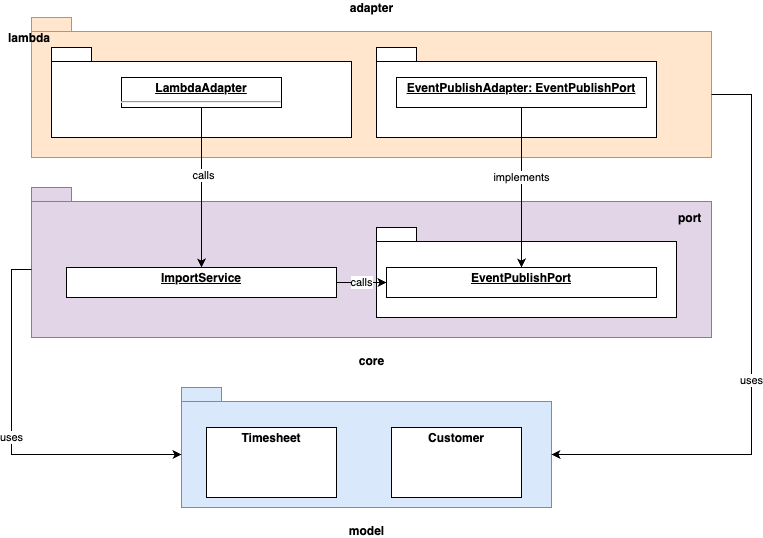
The draw.io diagram docs/assets/static-level-4.drawio.png in tinohertlein/timesheet-wizard, before a commit. Source tidied: cells renumbered, new cells last; positions are measured from the earlier drawing's top-left corner, leaving out a move shared by most shapes. Its diagram source:
```xml
<mxGraphModel>
  <root>
    <mxCell id="0" />
    <mxCell id="1" parent="0" />
    <mxCell id="2" value="core" style="shape=folder;fontStyle=1;spacingTop=10;tabWidth=40;tabHeight=14;tabPosition=left;html=1;labelPosition=center;verticalLabelPosition=bottom;align=center;verticalAlign=top;fillColor=#e1d5e7;strokeColor=#9673a6;" parent="1" vertex="1">
      <mxGeometry x="20" y="170" width="680" height="150" as="geometry" />
    </mxCell>
    <mxCell id="3" value="port" style="shape=folder;fontStyle=1;spacingTop=10;tabWidth=40;tabHeight=14;tabPosition=left;html=1;labelPosition=right;verticalLabelPosition=top;align=left;verticalAlign=bottom;" parent="1" vertex="1">
      <mxGeometry x="365" y="210" width="300" height="90" as="geometry" />
    </mxCell>
    <mxCell id="4" style="group;" parent="1" vertex="1">
      <mxGeometry x="20" width="680" height="140" as="geometry" />
    </mxCell>
    <mxCell id="5" value="adapter" style="shape=folder;fontStyle=1;spacingTop=10;tabWidth=40;tabHeight=14;tabPosition=left;html=1;align=center;labelPosition=center;verticalLabelPosition=top;verticalAlign=bottom;fillColor=#ffe6cc;strokeColor=#d79b00;" parent="4" vertex="1">
      <mxGeometry width="680" height="140" as="geometry" />
    </mxCell>
    <mxCell id="6" value="lambda" style="shape=folder;fontStyle=1;spacingTop=10;tabWidth=40;tabHeight=14;tabPosition=left;html=1;labelPosition=left;verticalLabelPosition=top;align=right;verticalAlign=bottom;" parent="4" vertex="1">
      <mxGeometry x="20" y="30" width="300" height="90" as="geometry" />
    </mxCell>
    <mxCell id="7" style="shape=folder;fontStyle=1;spacingTop=10;tabWidth=40;tabHeight=14;tabPosition=left;html=1;labelPosition=right;verticalLabelPosition=top;align=left;verticalAlign=bottom;" parent="4" vertex="1">
      <mxGeometry x="345" y="30" width="280" height="90" as="geometry" />
    </mxCell>
    <mxCell id="8" value="&lt;p style=&quot;margin:0px;margin-top:4px;text-align:center;text-decoration:underline;&quot;&gt;&lt;b&gt;LambdaAdapter&lt;/b&gt;&lt;/p&gt;&lt;hr&gt;&lt;p style=&quot;margin:0px;margin-left:8px;&quot;&gt;&lt;br&gt;&lt;/p&gt;" style="verticalAlign=top;align=left;overflow=fill;fontSize=12;fontFamily=Helvetica;html=1;" parent="4" vertex="1">
      <mxGeometry x="90" y="60" width="160" height="30" as="geometry" />
    </mxCell>
    <mxCell id="9" value="&lt;p style=&quot;margin:0px;margin-top:4px;text-align:center;text-decoration:underline;&quot;&gt;&lt;b&gt;EventPublishAdapter: EventPublishPort&lt;/b&gt;&lt;/p&gt;" style="verticalAlign=top;align=left;overflow=fill;fontSize=12;fontFamily=Helvetica;html=1;" parent="4" vertex="1">
      <mxGeometry x="365" y="60" width="250" height="30" as="geometry" />
    </mxCell>
    <mxCell id="10" value="&lt;p style=&quot;margin:0px;margin-top:4px;text-align:center;text-decoration:underline;&quot;&gt;&lt;b&gt;EventPublishPort&lt;/b&gt;&lt;/p&gt;" style="verticalAlign=top;align=left;overflow=fill;fontSize=12;fontFamily=Helvetica;html=1;" parent="1" vertex="1">
      <mxGeometry x="375" y="250" width="270" height="30" as="geometry" />
    </mxCell>
    <mxCell id="11" style="endArrow=classic;html=1;rounded=0;entryX=0.5;entryY=0;entryDx=0;entryDy=0;exitX=0.5;exitY=1;exitDx=0;exitDy=0;" parent="1" edge="1" source="9" target="10">
      <mxGeometry relative="1" as="geometry" />
    </mxCell>
    <mxCell id="12" value="implements" style="edgeLabel;html=1;align=center;verticalAlign=middle;" parent="11" vertex="1">
      <mxGeometry x="-0.14" y="-1" relative="1" as="geometry" />
    </mxCell>
    <mxCell id="13" value="&lt;p style=&quot;margin:0px;margin-top:4px;text-align:center;text-decoration:underline;&quot;&gt;&lt;b&gt;ImportService&lt;/b&gt;&lt;/p&gt;" style="verticalAlign=top;align=left;overflow=fill;fontSize=12;fontFamily=Helvetica;html=1;" parent="1" vertex="1">
      <mxGeometry x="55" y="250" width="270" height="30" as="geometry" />
    </mxCell>
    <mxCell id="14" value="calls" style="endArrow=classic;html=1;rounded=0;entryX=0;entryY=0.5;entryDx=0;entryDy=0;" parent="1" edge="1" source="13" target="10">
      <mxGeometry relative="1" as="geometry" />
    </mxCell>
    <mxCell id="15" style="endArrow=classic;html=1;rounded=0;entryX=0.5;entryY=0;entryDx=0;entryDy=0;exitX=0.5;exitY=1;exitDx=0;exitDy=0;" parent="1" edge="1" source="8" target="13">
      <mxGeometry relative="1" as="geometry" />
    </mxCell>
    <mxCell id="16" value="calls" style="edgeLabel;html=1;align=center;verticalAlign=middle;" parent="15" vertex="1">
      <mxGeometry x="-0.16" y="1" relative="1" as="geometry" />
    </mxCell>
    <mxCell id="17" value="model" style="shape=folder;fontStyle=1;spacingTop=10;tabWidth=40;tabHeight=14;tabPosition=left;html=1;labelPosition=center;verticalLabelPosition=bottom;align=center;verticalAlign=top;fillColor=#dae8fc;strokeColor=#6c8ebf;" parent="1" vertex="1">
      <mxGeometry x="170" y="370" width="370" height="120" as="geometry" />
    </mxCell>
    <mxCell id="18" value="uses" style="endArrow=classic;html=1;rounded=0;entryX=0;entryY=0;entryDx=0;entryDy=67;entryPerimeter=0;exitX=0;exitY=0;exitDx=0;exitDy=82;exitPerimeter=0;" parent="1" edge="1" source="2" target="17">
      <mxGeometry relative="1" as="geometry">
        <Array as="points">
          <mxPoint y="252" />
          <mxPoint y="437" />
        </Array>
      </mxGeometry>
    </mxCell>
    <mxCell id="19" style="endArrow=classic;html=1;rounded=0;entryX=0;entryY=0;entryDx=370;entryDy=67;entryPerimeter=0;exitX=0;exitY=0;exitDx=680;exitDy=77;exitPerimeter=0;" parent="1" edge="1" source="5" target="17">
      <mxGeometry relative="1" as="geometry">
        <Array as="points">
          <mxPoint x="740" y="77" />
          <mxPoint x="740" y="437" />
        </Array>
      </mxGeometry>
    </mxCell>
    <mxCell id="20" value="uses" style="edgeLabel;html=1;align=center;verticalAlign=middle;" parent="19" vertex="1">
      <mxGeometry x="0.08" y="-1" relative="1" as="geometry" />
    </mxCell>
    <mxCell id="21" value="&lt;p style=&quot;margin:0px;margin-top:4px;text-align:center;&quot;&gt;&lt;b&gt;Timesheet&lt;/b&gt;&lt;/p&gt;&lt;p style=&quot;margin:0px;margin-left:4px;&quot;&gt;&lt;br&gt;&lt;/p&gt;&lt;p style=&quot;margin:0px;margin-left:4px;&quot;&gt;&lt;br&gt;&lt;/p&gt;" style="verticalAlign=top;align=left;overflow=fill;fontSize=12;fontFamily=Helvetica;html=1;" parent="1" vertex="1">
      <mxGeometry x="195" y="410" width="130" height="70" as="geometry" />
    </mxCell>
    <mxCell id="22" value="&lt;p style=&quot;margin:0px;margin-top:4px;text-align:center;&quot;&gt;&lt;b&gt;Customer&lt;/b&gt;&lt;/p&gt;" style="verticalAlign=top;align=left;overflow=fill;fontSize=12;fontFamily=Helvetica;html=1;" parent="1" vertex="1">
      <mxGeometry x="380" y="410" width="130" height="70" as="geometry" />
    </mxCell>
  </root>
</mxGraphModel>
```
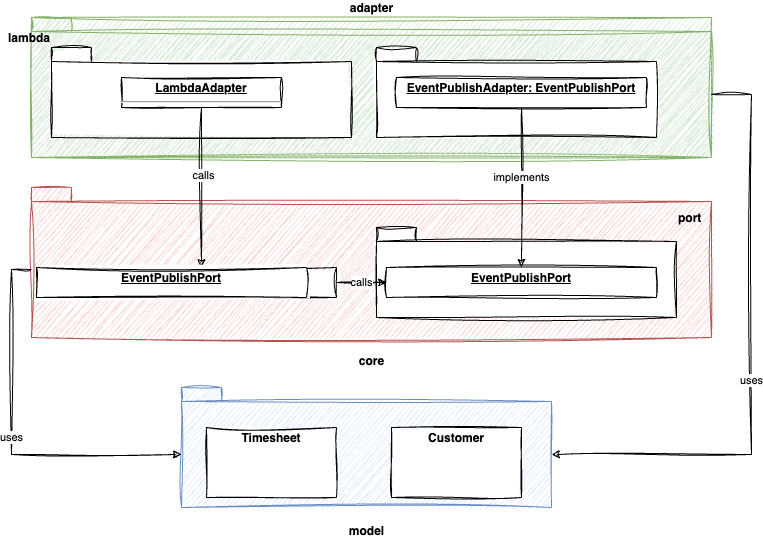
Later version of the same file.

The edit, as a diff of the source:
```diff
@@ -2,55 +2,58 @@
   <root>
     <mxCell id="0" />
     <mxCell id="1" parent="0" />
-    <mxCell id="2" value="core" style="shape=folder;fontStyle=1;spacingTop=10;tabWidth=40;tabHeight=14;tabPosition=left;html=1;labelPosition=center;verticalLabelPosition=bottom;align=center;verticalAlign=top;fillColor=#e1d5e7;strokeColor=#9673a6;" parent="1" vertex="1">
+    <mxCell id="2" value="core" style="shape=folder;fontStyle=1;spacingTop=10;tabWidth=40;tabHeight=14;tabPosition=left;html=1;labelPosition=center;verticalLabelPosition=bottom;align=center;verticalAlign=top;fillColor=#f8cecc;strokeColor=#b85450;sketch=1;curveFitting=1;jiggle=2;" parent="1" vertex="1">
       <mxGeometry x="20" y="170" width="680" height="150" as="geometry" />
     </mxCell>
-    <mxCell id="3" value="port" style="shape=folder;fontStyle=1;spacingTop=10;tabWidth=40;tabHeight=14;tabPosition=left;html=1;labelPosition=right;verticalLabelPosition=top;align=left;verticalAlign=bottom;" parent="1" vertex="1">
+    <mxCell id="3" value="port" style="shape=folder;fontStyle=1;spacingTop=10;tabWidth=40;tabHeight=14;tabPosition=left;html=1;labelPosition=right;verticalLabelPosition=top;align=left;verticalAlign=bottom;sketch=1;curveFitting=1;jiggle=2;" parent="1" vertex="1">
       <mxGeometry x="365" y="210" width="300" height="90" as="geometry" />
     </mxCell>
-    <mxCell id="4" style="group;" parent="1" vertex="1">
+    <mxCell id="4" style="group;sketch=1;curveFitting=1;jiggle=2;fillColor=#d5e8d4;strokeColor=#82b366;" parent="1" vertex="1">
       <mxGeometry x="20" width="680" height="140" as="geometry" />
     </mxCell>
-    <mxCell id="5" value="adapter" style="shape=folder;fontStyle=1;spacingTop=10;tabWidth=40;tabHeight=14;tabPosition=left;html=1;align=center;labelPosition=center;verticalLabelPosition=top;verticalAlign=bottom;fillColor=#ffe6cc;strokeColor=#d79b00;" parent="4" vertex="1">
+    <mxCell id="5" value="adapter" style="shape=folder;fontStyle=1;spacingTop=10;tabWidth=40;tabHeight=14;tabPosition=left;html=1;align=center;labelPosition=center;verticalLabelPosition=top;verticalAlign=bottom;sketch=1;curveFitting=1;jiggle=2;fillColor=#d5e8d4;strokeColor=#82b366;" parent="4" vertex="1">
       <mxGeometry width="680" height="140" as="geometry" />
     </mxCell>
-    <mxCell id="6" value="lambda" style="shape=folder;fontStyle=1;spacingTop=10;tabWidth=40;tabHeight=14;tabPosition=left;html=1;labelPosition=left;verticalLabelPosition=top;align=right;verticalAlign=bottom;" parent="4" vertex="1">
+    <mxCell id="6" value="lambda" style="shape=folder;fontStyle=1;spacingTop=10;tabWidth=40;tabHeight=14;tabPosition=left;html=1;labelPosition=left;verticalLabelPosition=top;align=right;verticalAlign=bottom;sketch=1;curveFitting=1;jiggle=2;" parent="4" vertex="1">
       <mxGeometry x="20" y="30" width="300" height="90" as="geometry" />
     </mxCell>
-    <mxCell id="7" style="shape=folder;fontStyle=1;spacingTop=10;tabWidth=40;tabHeight=14;tabPosition=left;html=1;labelPosition=right;verticalLabelPosition=top;align=left;verticalAlign=bottom;" parent="4" vertex="1">
+    <mxCell id="7" style="shape=folder;fontStyle=1;spacingTop=10;tabWidth=40;tabHeight=14;tabPosition=left;html=1;labelPosition=right;verticalLabelPosition=top;align=left;verticalAlign=bottom;sketch=1;curveFitting=1;jiggle=2;" parent="4" vertex="1">
       <mxGeometry x="345" y="30" width="280" height="90" as="geometry" />
     </mxCell>
-    <mxCell id="8" value="&lt;p style=&quot;margin:0px;margin-top:4px;text-align:center;text-decoration:underline;&quot;&gt;&lt;b&gt;LambdaAdapter&lt;/b&gt;&lt;/p&gt;&lt;hr&gt;&lt;p style=&quot;margin:0px;margin-left:8px;&quot;&gt;&lt;br&gt;&lt;/p&gt;" style="verticalAlign=top;align=left;overflow=fill;fontSize=12;fontFamily=Helvetica;html=1;" parent="4" vertex="1">
+    <mxCell id="8" value="&lt;p style=&quot;margin:0px;margin-top:4px;text-align:center;text-decoration:underline;&quot;&gt;&lt;b&gt;LambdaAdapter&lt;/b&gt;&lt;/p&gt;&lt;hr&gt;&lt;p style=&quot;margin:0px;margin-left:8px;&quot;&gt;&lt;br&gt;&lt;/p&gt;" style="verticalAlign=top;align=left;overflow=fill;fontSize=12;fontFamily=Helvetica;html=1;sketch=1;curveFitting=1;jiggle=2;" parent="4" vertex="1">
       <mxGeometry x="90" y="60" width="160" height="30" as="geometry" />
     </mxCell>
-    <mxCell id="9" value="&lt;p style=&quot;margin:0px;margin-top:4px;text-align:center;text-decoration:underline;&quot;&gt;&lt;b&gt;EventPublishAdapter: EventPublishPort&lt;/b&gt;&lt;/p&gt;" style="verticalAlign=top;align=left;overflow=fill;fontSize=12;fontFamily=Helvetica;html=1;" parent="4" vertex="1">
+    <mxCell id="9" value="&lt;p style=&quot;margin:0px;margin-top:4px;text-align:center;text-decoration:underline;&quot;&gt;&lt;b&gt;EventPublishAdapter: EventPublishPort&lt;/b&gt;&lt;/p&gt;" style="verticalAlign=top;align=left;overflow=fill;fontSize=12;fontFamily=Helvetica;html=1;sketch=1;curveFitting=1;jiggle=2;" parent="4" vertex="1">
       <mxGeometry x="365" y="60" width="250" height="30" as="geometry" />
     </mxCell>
+    <mxCell id="23" style="edgeStyle=orthogonalEdgeStyle;rounded=0;sketch=1;jettySize=auto;html=1;" parent="1" edge="1" source="10" target="24">
+      <mxGeometry relative="1" as="geometry" />
+    </mxCell>
-    <mxCell id="10" value="&lt;p style=&quot;margin:0px;margin-top:4px;text-align:center;text-decoration:underline;&quot;&gt;&lt;b&gt;EventPublishPort&lt;/b&gt;&lt;/p&gt;" style="verticalAlign=top;align=left;overflow=fill;fontSize=12;fontFamily=Helvetica;html=1;" parent="1" vertex="1">
+    <mxCell id="10" value="&lt;p style=&quot;margin:0px;margin-top:4px;text-align:center;text-decoration:underline;&quot;&gt;&lt;b&gt;EventPublishPort&lt;/b&gt;&lt;/p&gt;" style="verticalAlign=top;align=left;overflow=fill;fontSize=12;fontFamily=Helvetica;html=1;sketch=1;curveFitting=1;jiggle=2;" parent="1" vertex="1">
       <mxGeometry x="375" y="250" width="270" height="30" as="geometry" />
     </mxCell>
-    <mxCell id="11" style="endArrow=classic;html=1;rounded=0;entryX=0.5;entryY=0;entryDx=0;entryDy=0;exitX=0.5;exitY=1;exitDx=0;exitDy=0;" parent="1" edge="1" source="9" target="10">
+    <mxCell id="11" style="endArrow=classic;html=1;rounded=0;entryX=0.5;entryY=0;entryDx=0;entryDy=0;exitX=0.5;exitY=1;exitDx=0;exitDy=0;sketch=1;curveFitting=1;jiggle=2;" parent="1" edge="1" source="9" target="10">
       <mxGeometry relative="1" as="geometry" />
     </mxCell>
     <mxCell id="12" value="implements" style="edgeLabel;html=1;align=center;verticalAlign=middle;" parent="11" vertex="1">
       <mxGeometry x="-0.14" y="-1" relative="1" as="geometry" />
     </mxCell>
-    <mxCell id="13" value="&lt;p style=&quot;margin:0px;margin-top:4px;text-align:center;text-decoration:underline;&quot;&gt;&lt;b&gt;ImportService&lt;/b&gt;&lt;/p&gt;" style="verticalAlign=top;align=left;overflow=fill;fontSize=12;fontFamily=Helvetica;html=1;" parent="1" vertex="1">
+    <mxCell id="13" value="&lt;p style=&quot;margin:0px;margin-top:4px;text-align:center;text-decoration:underline;&quot;&gt;&lt;b&gt;ImportService&lt;/b&gt;&lt;/p&gt;" style="verticalAlign=top;align=left;overflow=fill;fontSize=12;fontFamily=Helvetica;html=1;sketch=1;curveFitting=1;jiggle=2;" parent="1" vertex="1">
       <mxGeometry x="55" y="250" width="270" height="30" as="geometry" />
     </mxCell>
-    <mxCell id="14" value="calls" style="endArrow=classic;html=1;rounded=0;entryX=0;entryY=0.5;entryDx=0;entryDy=0;" parent="1" edge="1" source="13" target="10">
+    <mxCell id="14" value="calls" style="endArrow=classic;html=1;rounded=0;entryX=0;entryY=0.5;entryDx=0;entryDy=0;sketch=1;curveFitting=1;jiggle=2;" parent="1" edge="1" source="13" target="10">
       <mxGeometry relative="1" as="geometry" />
     </mxCell>
-    <mxCell id="15" style="endArrow=classic;html=1;rounded=0;entryX=0.5;entryY=0;entryDx=0;entryDy=0;exitX=0.5;exitY=1;exitDx=0;exitDy=0;" parent="1" edge="1" source="8" target="13">
+    <mxCell id="15" style="endArrow=classic;html=1;rounded=0;entryX=0.5;entryY=0;entryDx=0;entryDy=0;exitX=0.5;exitY=1;exitDx=0;exitDy=0;sketch=1;curveFitting=1;jiggle=2;" parent="1" edge="1" source="8" target="13">
       <mxGeometry relative="1" as="geometry" />
     </mxCell>
     <mxCell id="16" value="calls" style="edgeLabel;html=1;align=center;verticalAlign=middle;" parent="15" vertex="1">
       <mxGeometry x="-0.16" y="1" relative="1" as="geometry" />
     </mxCell>
-    <mxCell id="17" value="model" style="shape=folder;fontStyle=1;spacingTop=10;tabWidth=40;tabHeight=14;tabPosition=left;html=1;labelPosition=center;verticalLabelPosition=bottom;align=center;verticalAlign=top;fillColor=#dae8fc;strokeColor=#6c8ebf;" parent="1" vertex="1">
+    <mxCell id="17" value="model" style="shape=folder;fontStyle=1;spacingTop=10;tabWidth=40;tabHeight=14;tabPosition=left;html=1;labelPosition=center;verticalLabelPosition=bottom;align=center;verticalAlign=top;fillColor=#dae8fc;strokeColor=#6c8ebf;sketch=1;curveFitting=1;jiggle=2;" parent="1" vertex="1">
       <mxGeometry x="170" y="370" width="370" height="120" as="geometry" />
     </mxCell>
-    <mxCell id="18" value="uses" style="endArrow=classic;html=1;rounded=0;entryX=0;entryY=0;entryDx=0;entryDy=67;entryPerimeter=0;exitX=0;exitY=0;exitDx=0;exitDy=82;exitPerimeter=0;" parent="1" edge="1" source="2" target="17">
+    <mxCell id="18" value="uses" style="endArrow=classic;html=1;rounded=0;entryX=0;entryY=0;entryDx=0;entryDy=67;entryPerimeter=0;exitX=0;exitY=0;exitDx=0;exitDy=82;exitPerimeter=0;sketch=1;curveFitting=1;jiggle=2;" parent="1" edge="1" source="2" target="17">
       <mxGeometry relative="1" as="geometry">
         <Array as="points">
           <mxPoint y="252" />
@@ -58,7 +61,7 @@
         </Array>
       </mxGeometry>
     </mxCell>
-    <mxCell id="19" style="endArrow=classic;html=1;rounded=0;entryX=0;entryY=0;entryDx=370;entryDy=67;entryPerimeter=0;exitX=0;exitY=0;exitDx=680;exitDy=77;exitPerimeter=0;" parent="1" edge="1" source="5" target="17">
+    <mxCell id="19" style="endArrow=classic;html=1;rounded=0;entryX=0;entryY=0;entryDx=370;entryDy=67;entryPerimeter=0;exitX=0;exitY=0;exitDx=680;exitDy=77;exitPerimeter=0;sketch=1;curveFitting=1;jiggle=2;" parent="1" edge="1" source="5" target="17">
       <mxGeometry relative="1" as="geometry">
         <Array as="points">
           <mxPoint x="740" y="77" />
@@ -69,11 +72,14 @@
     <mxCell id="20" value="uses" style="edgeLabel;html=1;align=center;verticalAlign=middle;" parent="19" vertex="1">
       <mxGeometry x="0.08" y="-1" relative="1" as="geometry" />
     </mxCell>
-    <mxCell id="21" value="&lt;p style=&quot;margin:0px;margin-top:4px;text-align:center;&quot;&gt;&lt;b&gt;Timesheet&lt;/b&gt;&lt;/p&gt;&lt;p style=&quot;margin:0px;margin-left:4px;&quot;&gt;&lt;br&gt;&lt;/p&gt;&lt;p style=&quot;margin:0px;margin-left:4px;&quot;&gt;&lt;br&gt;&lt;/p&gt;" style="verticalAlign=top;align=left;overflow=fill;fontSize=12;fontFamily=Helvetica;html=1;" parent="1" vertex="1">
+    <mxCell id="21" value="&lt;p style=&quot;margin:0px;margin-top:4px;text-align:center;&quot;&gt;&lt;b&gt;Timesheet&lt;/b&gt;&lt;/p&gt;&lt;p style=&quot;margin:0px;margin-left:4px;&quot;&gt;&lt;br&gt;&lt;/p&gt;&lt;p style=&quot;margin:0px;margin-left:4px;&quot;&gt;&lt;br&gt;&lt;/p&gt;" style="verticalAlign=top;align=left;overflow=fill;fontSize=12;fontFamily=Helvetica;html=1;sketch=1;curveFitting=1;jiggle=2;" parent="1" vertex="1">
       <mxGeometry x="195" y="410" width="130" height="70" as="geometry" />
     </mxCell>
-    <mxCell id="22" value="&lt;p style=&quot;margin:0px;margin-top:4px;text-align:center;&quot;&gt;&lt;b&gt;Customer&lt;/b&gt;&lt;/p&gt;" style="verticalAlign=top;align=left;overflow=fill;fontSize=12;fontFamily=Helvetica;html=1;" parent="1" vertex="1">
+    <mxCell id="22" value="&lt;p style=&quot;margin:0px;margin-top:4px;text-align:center;&quot;&gt;&lt;b&gt;Customer&lt;/b&gt;&lt;/p&gt;" style="verticalAlign=top;align=left;overflow=fill;fontSize=12;fontFamily=Helvetica;html=1;sketch=1;curveFitting=1;jiggle=2;" parent="1" vertex="1">
       <mxGeometry x="380" y="410" width="130" height="70" as="geometry" />
     </mxCell>
+    <mxCell id="24" value="&lt;p style=&quot;margin:0px;margin-top:4px;text-align:center;text-decoration:underline;&quot;&gt;&lt;b&gt;EventPublishPort&lt;/b&gt;&lt;/p&gt;" style="verticalAlign=top;align=left;overflow=fill;fontSize=12;fontFamily=Helvetica;html=1;sketch=1;curveFitting=1;jiggle=2;" parent="1" vertex="1">
+      <mxGeometry x="25" y="250" width="270" height="30" as="geometry" />
+    </mxCell>
   </root>
 </mxGraphModel>
```
